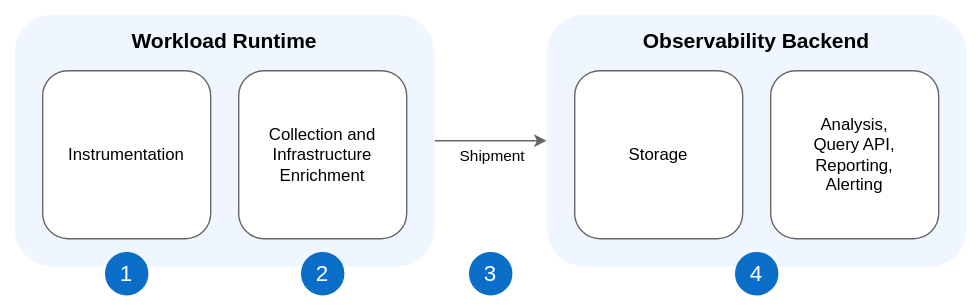
This is docs/user/assets/telemetry-stages.drawio.svg from kyma-project/telemetry-manager, a draw.io export, as it was before one commit. Source tidied: cells renumbered, new cells last; positions are measured from the earlier drawing's top-left corner, leaving out a move shared by most shapes.
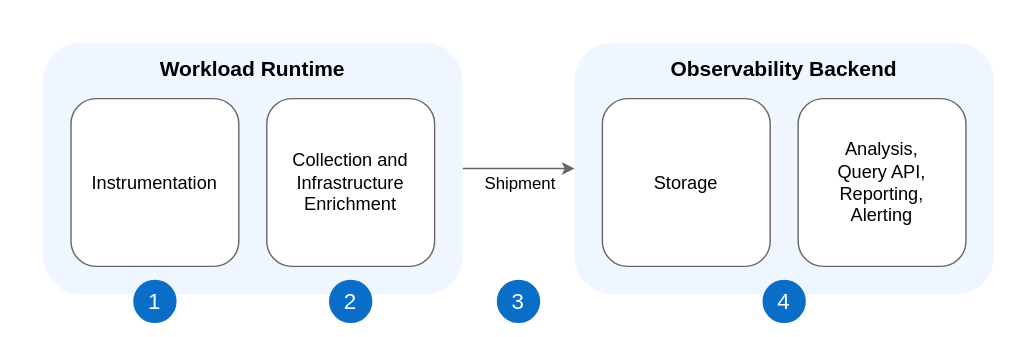
Above is the later version.

What changed in the source:
```diff
@@ -3,32 +3,32 @@
     <mxCell id="0" />
     <mxCell id="1" parent="0" />
     <mxCell id="2" style="rounded=0;whiteSpace=wrap;html=1;strokeColor=none;" parent="1" vertex="1">
-      <mxGeometry width="700" height="220" as="geometry" />
+      <mxGeometry x="-20" y="-20" width="720" height="240" as="geometry" />
     </mxCell>
-    <mxCell id="3" value="&lt;font style=&quot;font-size: 15px;&quot;&gt;&lt;b&gt;Observability Backend&lt;br&gt;&lt;br&gt;&lt;br&gt;&lt;br&gt;&lt;br&gt;&lt;br&gt;&lt;br&gt;&lt;br&gt;&lt;br&gt;&lt;/b&gt;&lt;/font&gt;" style="rounded=1;whiteSpace=wrap;html=1;fillColor=#F0F6FF;strokeColor=none;" parent="1" vertex="1">
+    <mxCell id="3" value="&lt;font style=&quot;font-size: 15px;&quot;&gt;&lt;b style=&quot;font-size: 15px;&quot;&gt;Observability Backend&lt;br style=&quot;font-size: 15px;&quot;&gt;&lt;br style=&quot;font-size: 15px;&quot;&gt;&lt;br style=&quot;font-size: 15px;&quot;&gt;&lt;br style=&quot;font-size: 15px;&quot;&gt;&lt;br style=&quot;font-size: 15px;&quot;&gt;&lt;br style=&quot;font-size: 15px;&quot;&gt;&lt;br style=&quot;font-size: 15px;&quot;&gt;&lt;br style=&quot;font-size: 15px;&quot;&gt;&lt;br style=&quot;font-size: 15px;&quot;&gt;&lt;/b&gt;&lt;/font&gt;" style="rounded=1;whiteSpace=wrap;html=1;fillColor=#F0F6FF;strokeColor=none;fontSize=15;" parent="1" vertex="1">
       <mxGeometry x="390" y="10" width="300" height="180" as="geometry" />
     </mxCell>
     <mxCell id="4" style="edgeStyle=none;html=1;exitX=1;exitY=0.5;exitDx=0;exitDy=0;entryX=0;entryY=0.5;entryDx=0;entryDy=0;strokeColor=#666666;" parent="1" edge="1" source="6" target="3">
       <mxGeometry relative="1" as="geometry" />
     </mxCell>
-    <mxCell id="5" value="Shipment" style="edgeLabel;html=1;align=center;verticalAlign=middle;" parent="4" vertex="1">
+    <mxCell id="5" value="Shipment" style="edgeLabel;html=1;align=center;verticalAlign=middle;fontSize=12;" parent="4" vertex="1">
       <mxGeometry x="-0.15" y="-1" relative="1" as="geometry">
         <mxPoint x="6" y="9" as="offset" />
       </mxGeometry>
     </mxCell>
-    <mxCell id="6" value="&lt;b style=&quot;border-color: var(--border-color); font-size: 15px;&quot;&gt;Workload Runtime&lt;br&gt;&lt;br&gt;&lt;br&gt;&lt;br&gt;&lt;br&gt;&lt;br&gt;&lt;br&gt;&lt;br&gt;&lt;br&gt;&lt;/b&gt;" style="rounded=1;whiteSpace=wrap;html=1;fillColor=#F0F6FF;strokeColor=none;" parent="1" vertex="1">
+    <mxCell id="6" value="&lt;b style=&quot;border-color: var(--border-color); font-size: 15px;&quot;&gt;Workload Runtime&lt;br style=&quot;font-size: 15px;&quot;&gt;&lt;br style=&quot;font-size: 15px;&quot;&gt;&lt;br style=&quot;font-size: 15px;&quot;&gt;&lt;br style=&quot;font-size: 15px;&quot;&gt;&lt;br style=&quot;font-size: 15px;&quot;&gt;&lt;br style=&quot;font-size: 15px;&quot;&gt;&lt;br style=&quot;font-size: 15px;&quot;&gt;&lt;br style=&quot;font-size: 15px;&quot;&gt;&lt;br style=&quot;font-size: 15px;&quot;&gt;&lt;/b&gt;" style="rounded=1;whiteSpace=wrap;html=1;fillColor=#F0F6FF;strokeColor=none;fontSize=15;" parent="1" vertex="1">
       <mxGeometry x="10" y="10" width="300" height="180" as="geometry" />
     </mxCell>
-    <mxCell id="7" value="Instrumentation" style="rounded=1;whiteSpace=wrap;html=1;strokeColor=#666666;" parent="1" vertex="1">
+    <mxCell id="7" value="Instrumentation" style="rounded=1;whiteSpace=wrap;html=1;strokeColor=#666666;fontSize=13;" parent="1" vertex="1">
       <mxGeometry x="30" y="50" width="120" height="120" as="geometry" />
     </mxCell>
-    <mxCell id="8" value="Collection and Infrastructure Enrichment" style="rounded=1;whiteSpace=wrap;html=1;strokeColor=#666666;" parent="1" vertex="1">
+    <mxCell id="8" value="Collection and Infrastructure Enrichment" style="rounded=1;whiteSpace=wrap;html=1;strokeColor=#666666;fontSize=13;" parent="1" vertex="1">
       <mxGeometry x="170" y="50" width="120" height="120" as="geometry" />
     </mxCell>
-    <mxCell id="9" value="Storage" style="rounded=1;whiteSpace=wrap;html=1;strokeColor=#666666;" parent="1" vertex="1">
+    <mxCell id="9" value="Storage" style="rounded=1;whiteSpace=wrap;html=1;strokeColor=#666666;fontSize=13;" parent="1" vertex="1">
       <mxGeometry x="410" y="50" width="120" height="120" as="geometry" />
     </mxCell>
-    <mxCell id="10" value="Analysis,&lt;br&gt;&lt;span style=&quot;text-align: left;&quot;&gt;Query API,&lt;br&gt;&lt;/span&gt;&lt;span style=&quot;text-align: left;&quot;&gt;Reporting,&lt;br&gt;&lt;/span&gt;&lt;span style=&quot;text-align: left; background-color: initial;&quot;&gt;Alerting&lt;/span&gt;&lt;span style=&quot;text-align: left;&quot;&gt;&lt;br&gt;&lt;/span&gt;" style="rounded=1;whiteSpace=wrap;html=1;align=center;strokeColor=#666666;" parent="1" vertex="1">
+    <mxCell id="10" value="Analysis,&lt;br style=&quot;font-size: 13px;&quot;&gt;&lt;span style=&quot;text-align: left; font-size: 13px;&quot;&gt;Query API,&lt;br style=&quot;font-size: 13px;&quot;&gt;&lt;/span&gt;&lt;span style=&quot;text-align: left; font-size: 13px;&quot;&gt;Reporting,&lt;br style=&quot;font-size: 13px;&quot;&gt;&lt;/span&gt;&lt;span style=&quot;text-align: left; background-color: initial; font-size: 13px;&quot;&gt;Alerting&lt;/span&gt;&lt;span style=&quot;text-align: left; font-size: 13px;&quot;&gt;&lt;br style=&quot;font-size: 13px;&quot;&gt;&lt;/span&gt;" style="rounded=1;whiteSpace=wrap;html=1;align=center;strokeColor=#666666;fontSize=13;" parent="1" vertex="1">
       <mxGeometry x="550" y="50" width="120" height="120" as="geometry" />
     </mxCell>
     <mxCell id="11" value="&lt;font style=&quot;font-size: 16px&quot;&gt;1&lt;/font&gt;" style="ellipse;whiteSpace=wrap;html=1;labelBackgroundColor=#0A6ED1;fontColor=#FFFFFF;fillColor=#0A6EC7;strokeColor=#0A6EC7;" parent="1" vertex="1">
```
